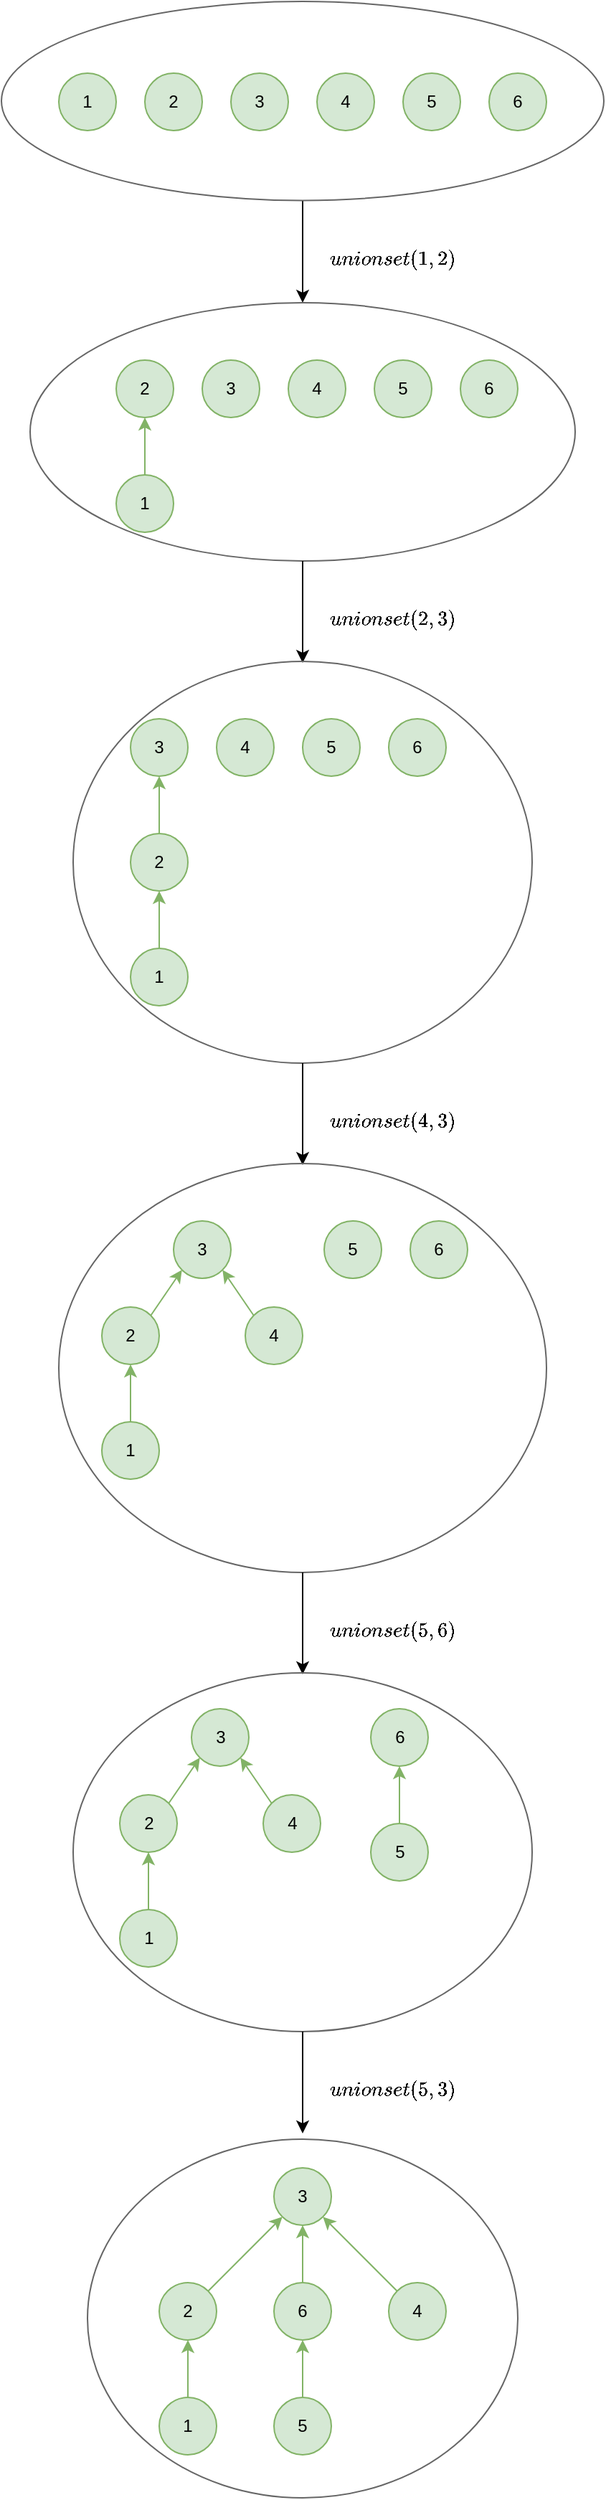
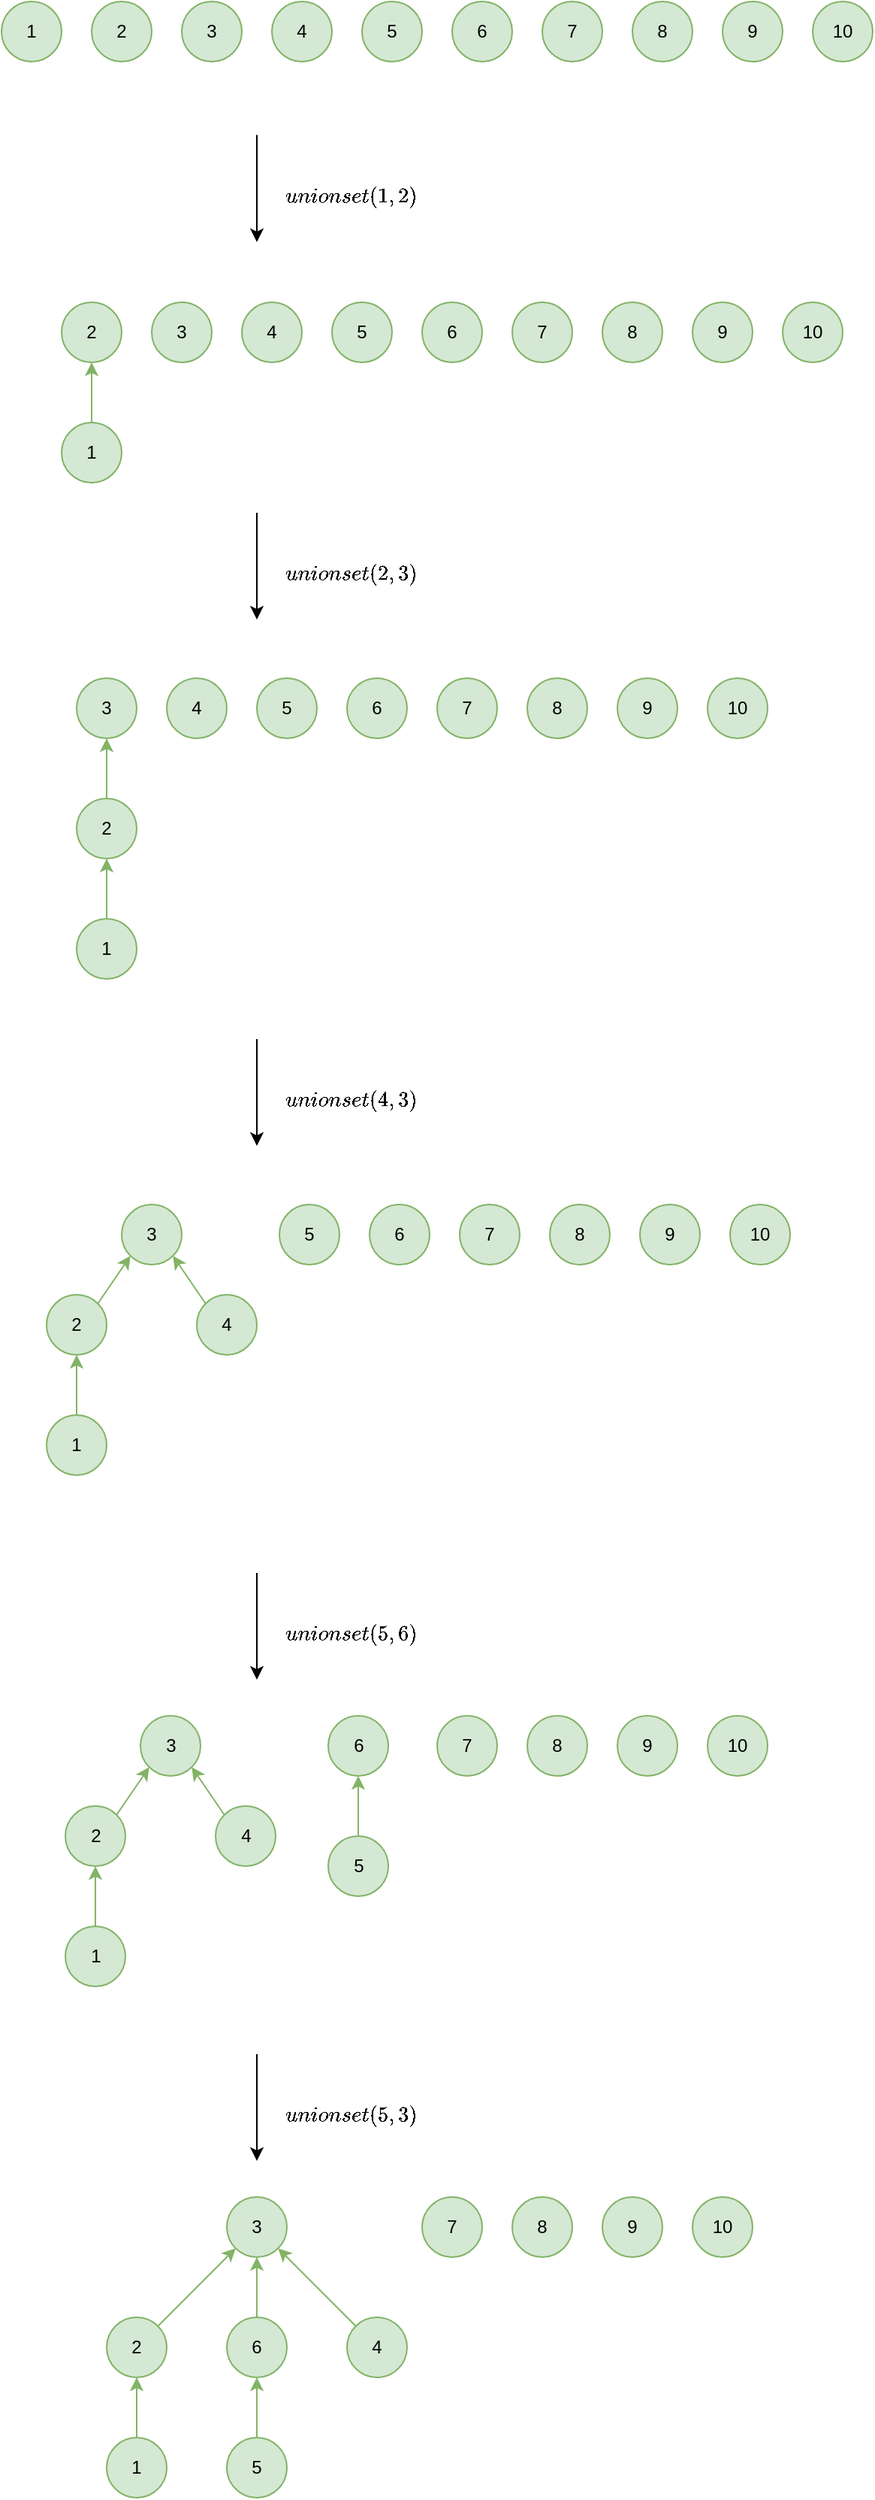
<mxfile host="app.diagrams.net">
  <diagram name="第 1 页" id="pyAG3oaZ-OhRTT_D4To3">
-     <mxGraphModel dx="1262" dy="773" grid="1" gridSize="5" guides="1" tooltips="1" connect="1" arrows="1" fold="1" page="1" pageScale="1" pageWidth="2339" pageHeight="3300" math="1" shadow="0">
+     <mxGraphModel dx="1343" dy="821" grid="1" gridSize="5" guides="1" tooltips="1" connect="1" arrows="1" fold="1" page="1" pageScale="1" pageWidth="2339" pageHeight="3300" math="1" shadow="0">
      <root>
        <mxCell id="0" />
        <mxCell id="1" parent="0" />
        <mxCell id="eDK1_TnN4QSbi-Kpsuqf-1" parent="1" style="ellipse;whiteSpace=wrap;html=1;aspect=fixed;fillColor=#d5e8d4;strokeColor=#82b366;" value="1" vertex="1">
          <mxGeometry height="40" width="40" x="280" y="180" as="geometry" />
        </mxCell>
        <mxCell id="eDK1_TnN4QSbi-Kpsuqf-2" parent="1" style="ellipse;whiteSpace=wrap;html=1;aspect=fixed;fillColor=#d5e8d4;strokeColor=#82b366;" value="2" vertex="1">
          <mxGeometry height="40" width="40" x="340" y="180" as="geometry" />
        </mxCell>
        <mxCell id="eDK1_TnN4QSbi-Kpsuqf-3" parent="1" style="ellipse;whiteSpace=wrap;html=1;aspect=fixed;fillColor=#d5e8d4;strokeColor=#82b366;" value="3" vertex="1">
          <mxGeometry height="40" width="40" x="400" y="180" as="geometry" />
        </mxCell>
        <mxCell id="eDK1_TnN4QSbi-Kpsuqf-4" parent="1" style="ellipse;whiteSpace=wrap;html=1;aspect=fixed;fillColor=#d5e8d4;strokeColor=#82b366;" value="4" vertex="1">
          <mxGeometry height="40" width="40" x="460" y="180" as="geometry" />
        </mxCell>
        <mxCell id="eDK1_TnN4QSbi-Kpsuqf-5" parent="1" style="ellipse;whiteSpace=wrap;html=1;aspect=fixed;fillColor=#d5e8d4;strokeColor=#82b366;" value="5" vertex="1">
          <mxGeometry height="40" width="40" x="520" y="180" as="geometry" />
        </mxCell>
        <mxCell id="eDK1_TnN4QSbi-Kpsuqf-6" parent="1" style="ellipse;whiteSpace=wrap;html=1;aspect=fixed;fillColor=#d5e8d4;strokeColor=#82b366;" value="6" vertex="1">
          <mxGeometry height="40" width="40" x="580" y="180" as="geometry" />
        </mxCell>
        <mxCell id="eDK1_TnN4QSbi-Kpsuqf-29" edge="1" parent="1" source="eDK1_TnN4QSbi-Kpsuqf-7" style="edgeStyle=none;rounded=0;orthogonalLoop=1;jettySize=auto;html=1;exitX=0.5;exitY=0;exitDx=0;exitDy=0;entryX=0.5;entryY=1;entryDx=0;entryDy=0;fillColor=#d5e8d4;strokeColor=#82b366;" target="eDK1_TnN4QSbi-Kpsuqf-8">
          <mxGeometry relative="1" as="geometry" />
        </mxCell>
        <mxCell id="eDK1_TnN4QSbi-Kpsuqf-7" parent="1" style="ellipse;whiteSpace=wrap;html=1;aspect=fixed;fillColor=#d5e8d4;strokeColor=#82b366;" value="1" vertex="1">
          <mxGeometry height="40" width="40" x="320" y="460" as="geometry" />
        </mxCell>
        <mxCell id="eDK1_TnN4QSbi-Kpsuqf-8" parent="1" style="ellipse;whiteSpace=wrap;html=1;aspect=fixed;fillColor=#d5e8d4;strokeColor=#82b366;" value="2" vertex="1">
          <mxGeometry height="40" width="40" x="320" y="380" as="geometry" />
        </mxCell>
        <mxCell id="eDK1_TnN4QSbi-Kpsuqf-9" parent="1" style="ellipse;whiteSpace=wrap;html=1;aspect=fixed;fillColor=#d5e8d4;strokeColor=#82b366;" value="3" vertex="1">
          <mxGeometry height="40" width="40" x="380" y="380" as="geometry" />
        </mxCell>
        <mxCell id="eDK1_TnN4QSbi-Kpsuqf-10" parent="1" style="ellipse;whiteSpace=wrap;html=1;aspect=fixed;fillColor=#d5e8d4;strokeColor=#82b366;" value="4" vertex="1">
          <mxGeometry height="40" width="40" x="440" y="380" as="geometry" />
        </mxCell>
        <mxCell id="eDK1_TnN4QSbi-Kpsuqf-11" parent="1" style="ellipse;whiteSpace=wrap;html=1;aspect=fixed;fillColor=#d5e8d4;strokeColor=#82b366;" value="5" vertex="1">
          <mxGeometry height="40" width="40" x="500" y="380" as="geometry" />
        </mxCell>
        <mxCell id="eDK1_TnN4QSbi-Kpsuqf-12" parent="1" style="ellipse;whiteSpace=wrap;html=1;aspect=fixed;fillColor=#d5e8d4;strokeColor=#82b366;" value="6" vertex="1">
          <mxGeometry height="40" width="40" x="560" y="380" as="geometry" />
        </mxCell>
        <mxCell id="eDK1_TnN4QSbi-Kpsuqf-32" edge="1" parent="1" source="eDK1_TnN4QSbi-Kpsuqf-15" style="edgeStyle=none;rounded=0;orthogonalLoop=1;jettySize=auto;html=1;exitX=0.5;exitY=0;exitDx=0;exitDy=0;entryX=0.5;entryY=1;entryDx=0;entryDy=0;fillColor=#d5e8d4;strokeColor=#82b366;" target="eDK1_TnN4QSbi-Kpsuqf-17">
          <mxGeometry relative="1" as="geometry" />
        </mxCell>
        <mxCell id="eDK1_TnN4QSbi-Kpsuqf-15" parent="1" style="ellipse;whiteSpace=wrap;html=1;aspect=fixed;fillColor=#d5e8d4;strokeColor=#82b366;" value="1" vertex="1">
          <mxGeometry height="40" width="40" x="330" y="790" as="geometry" />
        </mxCell>
        <mxCell id="eDK1_TnN4QSbi-Kpsuqf-33" edge="1" parent="1" source="eDK1_TnN4QSbi-Kpsuqf-17" style="edgeStyle=none;rounded=0;orthogonalLoop=1;jettySize=auto;html=1;exitX=0.5;exitY=0;exitDx=0;exitDy=0;entryX=0.5;entryY=1;entryDx=0;entryDy=0;fillColor=#d5e8d4;strokeColor=#82b366;" target="eDK1_TnN4QSbi-Kpsuqf-18">
          <mxGeometry relative="1" as="geometry" />
        </mxCell>
        <mxCell id="eDK1_TnN4QSbi-Kpsuqf-17" parent="1" style="ellipse;whiteSpace=wrap;html=1;aspect=fixed;fillColor=#d5e8d4;strokeColor=#82b366;" value="2" vertex="1">
          <mxGeometry height="40" width="40" x="330" y="710" as="geometry" />
        </mxCell>
        <mxCell id="eDK1_TnN4QSbi-Kpsuqf-18" parent="1" style="ellipse;whiteSpace=wrap;html=1;aspect=fixed;fillColor=#d5e8d4;strokeColor=#82b366;" value="3" vertex="1">
          <mxGeometry height="40" width="40" x="330" y="630" as="geometry" />
        </mxCell>
        <mxCell id="eDK1_TnN4QSbi-Kpsuqf-19" parent="1" style="ellipse;whiteSpace=wrap;html=1;aspect=fixed;fillColor=#d5e8d4;strokeColor=#82b366;" value="4" vertex="1">
          <mxGeometry height="40" width="40" x="390" y="630" as="geometry" />
        </mxCell>
        <mxCell id="eDK1_TnN4QSbi-Kpsuqf-20" parent="1" style="ellipse;whiteSpace=wrap;html=1;aspect=fixed;fillColor=#d5e8d4;strokeColor=#82b366;" value="5" vertex="1">
          <mxGeometry height="40" width="40" x="450" y="630" as="geometry" />
        </mxCell>
        <mxCell id="eDK1_TnN4QSbi-Kpsuqf-21" parent="1" style="ellipse;whiteSpace=wrap;html=1;aspect=fixed;fillColor=#d5e8d4;strokeColor=#82b366;" value="6" vertex="1">
          <mxGeometry height="40" width="40" x="510" y="630" as="geometry" />
        </mxCell>
-         <mxCell id="eDK1_TnN4QSbi-Kpsuqf-27" edge="1" parent="1" source="eDK1_TnN4QSbi-Kpsuqf-22" style="edgeStyle=orthogonalEdgeStyle;rounded=0;orthogonalLoop=1;jettySize=auto;html=1;exitX=0.5;exitY=1;exitDx=0;exitDy=0;entryX=0.5;entryY=0;entryDx=0;entryDy=0;" target="eDK1_TnN4QSbi-Kpsuqf-24">
-           <mxGeometry relative="1" as="geometry" />
-         </mxCell>
-         <mxCell id="eDK1_TnN4QSbi-Kpsuqf-22" parent="1" style="ellipse;whiteSpace=wrap;html=1;fillColor=none;strokeColor=#666666;fontColor=#333333;" value="" vertex="1">
-           <mxGeometry height="138.75" width="420" x="240" y="130" as="geometry" />
-         </mxCell>
-         <mxCell id="eDK1_TnN4QSbi-Kpsuqf-24" parent="1" style="ellipse;whiteSpace=wrap;html=1;fillColor=none;strokeColor=#666666;fontColor=#333333;" value="" vertex="1">
-           <mxGeometry height="180" width="380" x="260" y="340" as="geometry" />
+         <mxCell id="eDK1_TnN4QSbi-Kpsuqf-27" edge="1" parent="1" style="edgeStyle=orthogonalEdgeStyle;rounded=0;orthogonalLoop=1;jettySize=auto;html=1;exitX=0.5;exitY=1;exitDx=0;exitDy=0;entryX=0.5;entryY=0;entryDx=0;entryDy=0;">
+           <mxGeometry relative="1" as="geometry">
+             <mxPoint x="450" y="268.75" as="sourcePoint" />
+             <mxPoint x="450" y="340" as="targetPoint" />
+           </mxGeometry>
        </mxCell>
        <mxCell id="eDK1_TnN4QSbi-Kpsuqf-26" parent="1" style="text;html=1;whiteSpace=wrap;strokeColor=none;fillColor=none;align=center;verticalAlign=middle;rounded=0;" value="$$unionset(1,2)$$" vertex="1">
          <mxGeometry height="30" width="95" x="465" y="295" as="geometry" />
        </mxCell>
        <mxCell id="eDK1_TnN4QSbi-Kpsuqf-30" edge="1" parent="1" style="edgeStyle=orthogonalEdgeStyle;rounded=0;orthogonalLoop=1;jettySize=auto;html=1;exitX=0.5;exitY=1;exitDx=0;exitDy=0;entryX=0.5;entryY=0;entryDx=0;entryDy=0;">
          <mxGeometry relative="1" as="geometry">
            <mxPoint x="450" y="520" as="sourcePoint" />
            <mxPoint x="450" y="591" as="targetPoint" />
          </mxGeometry>
        </mxCell>
        <mxCell id="eDK1_TnN4QSbi-Kpsuqf-31" parent="1" style="text;html=1;whiteSpace=wrap;strokeColor=none;fillColor=none;align=center;verticalAlign=middle;rounded=0;" value="$$unionset(2,3)$$" vertex="1">
          <mxGeometry height="30" width="95" x="465" y="546" as="geometry" />
        </mxCell>
-         <mxCell id="eDK1_TnN4QSbi-Kpsuqf-34" parent="1" style="ellipse;whiteSpace=wrap;html=1;fillColor=none;strokeColor=#666666;fontColor=#333333;" value="" vertex="1">
-           <mxGeometry height="280" width="320" x="290" y="590" as="geometry" />
-         </mxCell>
        <mxCell id="eDK1_TnN4QSbi-Kpsuqf-35" edge="1" parent="1" source="eDK1_TnN4QSbi-Kpsuqf-36" style="edgeStyle=none;rounded=0;orthogonalLoop=1;jettySize=auto;html=1;exitX=0.5;exitY=0;exitDx=0;exitDy=0;entryX=0.5;entryY=1;entryDx=0;entryDy=0;fillColor=#d5e8d4;strokeColor=#82b366;" target="eDK1_TnN4QSbi-Kpsuqf-38">
          <mxGeometry relative="1" as="geometry" />
        </mxCell>
        <mxCell id="eDK1_TnN4QSbi-Kpsuqf-36" parent="1" style="ellipse;whiteSpace=wrap;html=1;aspect=fixed;fillColor=#d5e8d4;strokeColor=#82b366;" value="1" vertex="1">
          <mxGeometry height="40" width="40" x="310" y="1120" as="geometry" />
        </mxCell>
        <mxCell id="eDK1_TnN4QSbi-Kpsuqf-46" edge="1" parent="1" source="eDK1_TnN4QSbi-Kpsuqf-38" style="edgeStyle=none;rounded=0;orthogonalLoop=1;jettySize=auto;html=1;exitX=1;exitY=0;exitDx=0;exitDy=0;entryX=0;entryY=1;entryDx=0;entryDy=0;fillColor=#d5e8d4;strokeColor=#82b366;" target="eDK1_TnN4QSbi-Kpsuqf-39">
          <mxGeometry relative="1" as="geometry" />
        </mxCell>
        <mxCell id="eDK1_TnN4QSbi-Kpsuqf-38" parent="1" style="ellipse;whiteSpace=wrap;html=1;aspect=fixed;fillColor=#d5e8d4;strokeColor=#82b366;" value="2" vertex="1">
          <mxGeometry height="40" width="40" x="310" y="1040" as="geometry" />
        </mxCell>
        <mxCell id="eDK1_TnN4QSbi-Kpsuqf-39" parent="1" style="ellipse;whiteSpace=wrap;html=1;aspect=fixed;fillColor=#d5e8d4;strokeColor=#82b366;" value="3" vertex="1">
          <mxGeometry height="40" width="40" x="360" y="980" as="geometry" />
        </mxCell>
        <mxCell id="eDK1_TnN4QSbi-Kpsuqf-47" edge="1" parent="1" source="eDK1_TnN4QSbi-Kpsuqf-40" style="edgeStyle=none;rounded=0;orthogonalLoop=1;jettySize=auto;html=1;exitX=0;exitY=0;exitDx=0;exitDy=0;entryX=1;entryY=1;entryDx=0;entryDy=0;fillColor=#d5e8d4;strokeColor=#82b366;" target="eDK1_TnN4QSbi-Kpsuqf-39">
          <mxGeometry relative="1" as="geometry" />
        </mxCell>
        <mxCell id="eDK1_TnN4QSbi-Kpsuqf-40" parent="1" style="ellipse;whiteSpace=wrap;html=1;aspect=fixed;fillColor=#d5e8d4;strokeColor=#82b366;" value="4" vertex="1">
          <mxGeometry height="40" width="40" x="410" y="1040" as="geometry" />
        </mxCell>
        <mxCell id="eDK1_TnN4QSbi-Kpsuqf-41" parent="1" style="ellipse;whiteSpace=wrap;html=1;aspect=fixed;fillColor=#d5e8d4;strokeColor=#82b366;" value="5" vertex="1">
          <mxGeometry height="40" width="40" x="465" y="980" as="geometry" />
        </mxCell>
        <mxCell id="eDK1_TnN4QSbi-Kpsuqf-42" parent="1" style="ellipse;whiteSpace=wrap;html=1;aspect=fixed;fillColor=#d5e8d4;strokeColor=#82b366;" value="6" vertex="1">
          <mxGeometry height="40" width="40" x="525" y="980" as="geometry" />
        </mxCell>
        <mxCell id="eDK1_TnN4QSbi-Kpsuqf-44" edge="1" parent="1" style="edgeStyle=orthogonalEdgeStyle;rounded=0;orthogonalLoop=1;jettySize=auto;html=1;exitX=0.5;exitY=1;exitDx=0;exitDy=0;entryX=0.5;entryY=0;entryDx=0;entryDy=0;">
          <mxGeometry relative="1" as="geometry">
            <mxPoint x="450" y="870" as="sourcePoint" />
            <mxPoint x="450" y="941" as="targetPoint" />
          </mxGeometry>
        </mxCell>
        <mxCell id="eDK1_TnN4QSbi-Kpsuqf-45" parent="1" style="text;html=1;whiteSpace=wrap;strokeColor=none;fillColor=none;align=center;verticalAlign=middle;rounded=0;" value="$$unionset(4,3)$$" vertex="1">
          <mxGeometry height="30" width="95" x="465" y="896" as="geometry" />
        </mxCell>
-         <mxCell id="eDK1_TnN4QSbi-Kpsuqf-48" parent="1" style="ellipse;whiteSpace=wrap;html=1;fillColor=none;strokeColor=#666666;fontColor=#333333;" value="" vertex="1">
-           <mxGeometry height="285" width="340" x="280" y="940" as="geometry" />
-         </mxCell>
        <mxCell id="eDK1_TnN4QSbi-Kpsuqf-50" edge="1" parent="1" source="eDK1_TnN4QSbi-Kpsuqf-51" style="edgeStyle=none;rounded=0;orthogonalLoop=1;jettySize=auto;html=1;exitX=0.5;exitY=0;exitDx=0;exitDy=0;entryX=0.5;entryY=1;entryDx=0;entryDy=0;fillColor=#d5e8d4;strokeColor=#82b366;" target="eDK1_TnN4QSbi-Kpsuqf-53">
          <mxGeometry relative="1" as="geometry" />
        </mxCell>
        <mxCell id="eDK1_TnN4QSbi-Kpsuqf-51" parent="1" style="ellipse;whiteSpace=wrap;html=1;aspect=fixed;fillColor=#d5e8d4;strokeColor=#82b366;" value="1" vertex="1">
          <mxGeometry height="40" width="40" x="322.5" y="1460" as="geometry" />
        </mxCell>
        <mxCell id="eDK1_TnN4QSbi-Kpsuqf-52" edge="1" parent="1" source="eDK1_TnN4QSbi-Kpsuqf-53" style="edgeStyle=none;rounded=0;orthogonalLoop=1;jettySize=auto;html=1;exitX=1;exitY=0;exitDx=0;exitDy=0;entryX=0;entryY=1;entryDx=0;entryDy=0;fillColor=#d5e8d4;strokeColor=#82b366;" target="eDK1_TnN4QSbi-Kpsuqf-54">
          <mxGeometry relative="1" as="geometry" />
        </mxCell>
        <mxCell id="eDK1_TnN4QSbi-Kpsuqf-53" parent="1" style="ellipse;whiteSpace=wrap;html=1;aspect=fixed;fillColor=#d5e8d4;strokeColor=#82b366;" value="2" vertex="1">
          <mxGeometry height="40" width="40" x="322.5" y="1380" as="geometry" />
        </mxCell>
        <mxCell id="eDK1_TnN4QSbi-Kpsuqf-54" parent="1" style="ellipse;whiteSpace=wrap;html=1;aspect=fixed;fillColor=#d5e8d4;strokeColor=#82b366;" value="3" vertex="1">
          <mxGeometry height="40" width="40" x="372.5" y="1320" as="geometry" />
        </mxCell>
        <mxCell id="eDK1_TnN4QSbi-Kpsuqf-55" edge="1" parent="1" source="eDK1_TnN4QSbi-Kpsuqf-56" style="edgeStyle=none;rounded=0;orthogonalLoop=1;jettySize=auto;html=1;exitX=0;exitY=0;exitDx=0;exitDy=0;entryX=1;entryY=1;entryDx=0;entryDy=0;fillColor=#d5e8d4;strokeColor=#82b366;" target="eDK1_TnN4QSbi-Kpsuqf-54">
          <mxGeometry relative="1" as="geometry" />
        </mxCell>
        <mxCell id="eDK1_TnN4QSbi-Kpsuqf-56" parent="1" style="ellipse;whiteSpace=wrap;html=1;aspect=fixed;fillColor=#d5e8d4;strokeColor=#82b366;" value="4" vertex="1">
          <mxGeometry height="40" width="40" x="422.5" y="1380" as="geometry" />
        </mxCell>
        <mxCell id="eDK1_TnN4QSbi-Kpsuqf-61" edge="1" parent="1" source="eDK1_TnN4QSbi-Kpsuqf-57" style="edgeStyle=none;rounded=0;orthogonalLoop=1;jettySize=auto;html=1;exitX=0.5;exitY=0;exitDx=0;exitDy=0;entryX=0.5;entryY=1;entryDx=0;entryDy=0;fillColor=#d5e8d4;strokeColor=#82b366;" target="eDK1_TnN4QSbi-Kpsuqf-58">
          <mxGeometry relative="1" as="geometry" />
        </mxCell>
        <mxCell id="eDK1_TnN4QSbi-Kpsuqf-57" parent="1" style="ellipse;whiteSpace=wrap;html=1;aspect=fixed;fillColor=#d5e8d4;strokeColor=#82b366;" value="5" vertex="1">
          <mxGeometry height="40" width="40" x="497.5" y="1400" as="geometry" />
        </mxCell>
        <mxCell id="eDK1_TnN4QSbi-Kpsuqf-58" parent="1" style="ellipse;whiteSpace=wrap;html=1;aspect=fixed;fillColor=#d5e8d4;strokeColor=#82b366;" value="6" vertex="1">
          <mxGeometry height="40" width="40" x="497.5" y="1320" as="geometry" />
        </mxCell>
        <mxCell id="eDK1_TnN4QSbi-Kpsuqf-59" edge="1" parent="1" style="edgeStyle=orthogonalEdgeStyle;rounded=0;orthogonalLoop=1;jettySize=auto;html=1;exitX=0.5;exitY=1;exitDx=0;exitDy=0;entryX=0.5;entryY=0;entryDx=0;entryDy=0;">
          <mxGeometry relative="1" as="geometry">
            <mxPoint x="450" y="1225" as="sourcePoint" />
            <mxPoint x="450" y="1296" as="targetPoint" />
          </mxGeometry>
        </mxCell>
        <mxCell id="eDK1_TnN4QSbi-Kpsuqf-60" parent="1" style="text;html=1;whiteSpace=wrap;strokeColor=none;fillColor=none;align=center;verticalAlign=middle;rounded=0;" value="$$unionset(5,6)$$" vertex="1">
          <mxGeometry height="30" width="95" x="465" y="1251" as="geometry" />
        </mxCell>
-         <mxCell id="eDK1_TnN4QSbi-Kpsuqf-62" parent="1" style="ellipse;whiteSpace=wrap;html=1;fillColor=none;strokeColor=#666666;fontColor=#333333;" value="" vertex="1">
-           <mxGeometry height="250" width="320" x="290" y="1295" as="geometry" />
-         </mxCell>
        <mxCell id="eDK1_TnN4QSbi-Kpsuqf-63" edge="1" parent="1" source="eDK1_TnN4QSbi-Kpsuqf-64" style="edgeStyle=none;rounded=0;orthogonalLoop=1;jettySize=auto;html=1;exitX=0.5;exitY=0;exitDx=0;exitDy=0;entryX=0.5;entryY=1;entryDx=0;entryDy=0;fillColor=#d5e8d4;strokeColor=#82b366;" target="eDK1_TnN4QSbi-Kpsuqf-66">
          <mxGeometry relative="1" as="geometry" />
        </mxCell>
        <mxCell id="eDK1_TnN4QSbi-Kpsuqf-64" parent="1" style="ellipse;whiteSpace=wrap;html=1;aspect=fixed;fillColor=#d5e8d4;strokeColor=#82b366;" value="1" vertex="1">
          <mxGeometry height="40" width="40" x="350" y="1800" as="geometry" />
        </mxCell>
        <mxCell id="eDK1_TnN4QSbi-Kpsuqf-65" edge="1" parent="1" source="eDK1_TnN4QSbi-Kpsuqf-66" style="edgeStyle=none;rounded=0;orthogonalLoop=1;jettySize=auto;html=1;exitX=1;exitY=0;exitDx=0;exitDy=0;entryX=0;entryY=1;entryDx=0;entryDy=0;fillColor=#d5e8d4;strokeColor=#82b366;" target="eDK1_TnN4QSbi-Kpsuqf-67">
          <mxGeometry relative="1" as="geometry" />
        </mxCell>
        <mxCell id="eDK1_TnN4QSbi-Kpsuqf-66" parent="1" style="ellipse;whiteSpace=wrap;html=1;aspect=fixed;fillColor=#d5e8d4;strokeColor=#82b366;" value="2" vertex="1">
          <mxGeometry height="40" width="40" x="350" y="1720" as="geometry" />
        </mxCell>
        <mxCell id="eDK1_TnN4QSbi-Kpsuqf-67" parent="1" style="ellipse;whiteSpace=wrap;html=1;aspect=fixed;fillColor=#d5e8d4;strokeColor=#82b366;" value="3" vertex="1">
          <mxGeometry height="40" width="40" x="430" y="1640" as="geometry" />
        </mxCell>
        <mxCell id="eDK1_TnN4QSbi-Kpsuqf-68" edge="1" parent="1" source="eDK1_TnN4QSbi-Kpsuqf-69" style="edgeStyle=none;rounded=0;orthogonalLoop=1;jettySize=auto;html=1;exitX=0;exitY=0;exitDx=0;exitDy=0;entryX=1;entryY=1;entryDx=0;entryDy=0;fillColor=#d5e8d4;strokeColor=#82b366;" target="eDK1_TnN4QSbi-Kpsuqf-67">
          <mxGeometry relative="1" as="geometry" />
        </mxCell>
        <mxCell id="eDK1_TnN4QSbi-Kpsuqf-69" parent="1" style="ellipse;whiteSpace=wrap;html=1;aspect=fixed;fillColor=#d5e8d4;strokeColor=#82b366;" value="4" vertex="1">
          <mxGeometry height="40" width="40" x="510" y="1720" as="geometry" />
        </mxCell>
        <mxCell id="eDK1_TnN4QSbi-Kpsuqf-70" edge="1" parent="1" source="eDK1_TnN4QSbi-Kpsuqf-71" style="edgeStyle=none;rounded=0;orthogonalLoop=1;jettySize=auto;html=1;exitX=0.5;exitY=0;exitDx=0;exitDy=0;entryX=0.5;entryY=1;entryDx=0;entryDy=0;fillColor=#d5e8d4;strokeColor=#82b366;" target="eDK1_TnN4QSbi-Kpsuqf-72">
          <mxGeometry relative="1" as="geometry" />
        </mxCell>
        <mxCell id="eDK1_TnN4QSbi-Kpsuqf-71" parent="1" style="ellipse;whiteSpace=wrap;html=1;aspect=fixed;fillColor=#d5e8d4;strokeColor=#82b366;" value="5" vertex="1">
          <mxGeometry height="40" width="40" x="430" y="1800" as="geometry" />
        </mxCell>
        <mxCell id="eDK1_TnN4QSbi-Kpsuqf-75" edge="1" parent="1" source="eDK1_TnN4QSbi-Kpsuqf-72" style="edgeStyle=none;rounded=0;orthogonalLoop=1;jettySize=auto;html=1;exitX=0.5;exitY=0;exitDx=0;exitDy=0;entryX=0.5;entryY=1;entryDx=0;entryDy=0;fillColor=#d5e8d4;strokeColor=#82b366;" target="eDK1_TnN4QSbi-Kpsuqf-67">
          <mxGeometry relative="1" as="geometry" />
        </mxCell>
        <mxCell id="eDK1_TnN4QSbi-Kpsuqf-72" parent="1" style="ellipse;whiteSpace=wrap;html=1;aspect=fixed;fillColor=#d5e8d4;strokeColor=#82b366;" value="6" vertex="1">
          <mxGeometry height="40" width="40" x="430" y="1720" as="geometry" />
        </mxCell>
        <mxCell id="eDK1_TnN4QSbi-Kpsuqf-73" edge="1" parent="1" style="edgeStyle=orthogonalEdgeStyle;rounded=0;orthogonalLoop=1;jettySize=auto;html=1;exitX=0.5;exitY=1;exitDx=0;exitDy=0;entryX=0.5;entryY=0;entryDx=0;entryDy=0;">
          <mxGeometry relative="1" as="geometry">
            <mxPoint x="450" y="1545" as="sourcePoint" />
            <mxPoint x="450" y="1616" as="targetPoint" />
          </mxGeometry>
        </mxCell>
        <mxCell id="eDK1_TnN4QSbi-Kpsuqf-74" parent="1" style="text;html=1;whiteSpace=wrap;strokeColor=none;fillColor=none;align=center;verticalAlign=middle;rounded=0;" value="$$unionset(5,3)$$" vertex="1">
          <mxGeometry height="30" width="95" x="465" y="1571" as="geometry" />
        </mxCell>
-         <mxCell id="eDK1_TnN4QSbi-Kpsuqf-76" parent="1" style="ellipse;whiteSpace=wrap;html=1;fillColor=none;strokeColor=#666666;fontColor=#333333;" value="" vertex="1">
-           <mxGeometry height="250" width="300" x="300" y="1620" as="geometry" />
+         <mxCell id="k0GjE0c9BE4sDcH7YCaT-1" parent="1" style="ellipse;whiteSpace=wrap;html=1;aspect=fixed;fillColor=#d5e8d4;strokeColor=#82b366;" value="7" vertex="1">
+           <mxGeometry height="40" width="40" x="640" y="180" as="geometry" />
+         </mxCell>
+         <mxCell id="k0GjE0c9BE4sDcH7YCaT-2" parent="1" style="ellipse;whiteSpace=wrap;html=1;aspect=fixed;fillColor=#d5e8d4;strokeColor=#82b366;" value="8" vertex="1">
+           <mxGeometry height="40" width="40" x="700" y="180" as="geometry" />
+         </mxCell>
+         <mxCell id="k0GjE0c9BE4sDcH7YCaT-3" parent="1" style="ellipse;whiteSpace=wrap;html=1;aspect=fixed;fillColor=#d5e8d4;strokeColor=#82b366;" value="9" vertex="1">
+           <mxGeometry height="40" width="40" x="760" y="180" as="geometry" />
+         </mxCell>
+         <mxCell id="k0GjE0c9BE4sDcH7YCaT-4" parent="1" style="ellipse;whiteSpace=wrap;html=1;aspect=fixed;fillColor=#d5e8d4;strokeColor=#82b366;" value="10" vertex="1">
+           <mxGeometry height="40" width="40" x="820" y="180" as="geometry" />
+         </mxCell>
+         <mxCell id="k0GjE0c9BE4sDcH7YCaT-5" parent="1" style="ellipse;whiteSpace=wrap;html=1;aspect=fixed;fillColor=#d5e8d4;strokeColor=#82b366;" value="7" vertex="1">
+           <mxGeometry height="40" width="40" x="620" y="380" as="geometry" />
+         </mxCell>
+         <mxCell id="k0GjE0c9BE4sDcH7YCaT-6" parent="1" style="ellipse;whiteSpace=wrap;html=1;aspect=fixed;fillColor=#d5e8d4;strokeColor=#82b366;" value="8" vertex="1">
+           <mxGeometry height="40" width="40" x="680" y="380" as="geometry" />
+         </mxCell>
+         <mxCell id="k0GjE0c9BE4sDcH7YCaT-7" parent="1" style="ellipse;whiteSpace=wrap;html=1;aspect=fixed;fillColor=#d5e8d4;strokeColor=#82b366;" value="9" vertex="1">
+           <mxGeometry height="40" width="40" x="740" y="380" as="geometry" />
+         </mxCell>
+         <mxCell id="k0GjE0c9BE4sDcH7YCaT-8" parent="1" style="ellipse;whiteSpace=wrap;html=1;aspect=fixed;fillColor=#d5e8d4;strokeColor=#82b366;" value="10" vertex="1">
+           <mxGeometry height="40" width="40" x="800" y="380" as="geometry" />
+         </mxCell>
+         <mxCell id="k0GjE0c9BE4sDcH7YCaT-9" parent="1" style="ellipse;whiteSpace=wrap;html=1;aspect=fixed;fillColor=#d5e8d4;strokeColor=#82b366;" value="7" vertex="1">
+           <mxGeometry height="40" width="40" x="570" y="630" as="geometry" />
+         </mxCell>
+         <mxCell id="k0GjE0c9BE4sDcH7YCaT-10" parent="1" style="ellipse;whiteSpace=wrap;html=1;aspect=fixed;fillColor=#d5e8d4;strokeColor=#82b366;" value="8" vertex="1">
+           <mxGeometry height="40" width="40" x="630" y="630" as="geometry" />
+         </mxCell>
+         <mxCell id="k0GjE0c9BE4sDcH7YCaT-11" parent="1" style="ellipse;whiteSpace=wrap;html=1;aspect=fixed;fillColor=#d5e8d4;strokeColor=#82b366;" value="9" vertex="1">
+           <mxGeometry height="40" width="40" x="690" y="630" as="geometry" />
+         </mxCell>
+         <mxCell id="k0GjE0c9BE4sDcH7YCaT-12" parent="1" style="ellipse;whiteSpace=wrap;html=1;aspect=fixed;fillColor=#d5e8d4;strokeColor=#82b366;" value="10" vertex="1">
+           <mxGeometry height="40" width="40" x="750" y="630" as="geometry" />
+         </mxCell>
+         <mxCell id="k0GjE0c9BE4sDcH7YCaT-13" parent="1" style="ellipse;whiteSpace=wrap;html=1;aspect=fixed;fillColor=#d5e8d4;strokeColor=#82b366;" value="7" vertex="1">
+           <mxGeometry height="40" width="40" x="585" y="980" as="geometry" />
+         </mxCell>
+         <mxCell id="k0GjE0c9BE4sDcH7YCaT-14" parent="1" style="ellipse;whiteSpace=wrap;html=1;aspect=fixed;fillColor=#d5e8d4;strokeColor=#82b366;" value="8" vertex="1">
+           <mxGeometry height="40" width="40" x="645" y="980" as="geometry" />
+         </mxCell>
+         <mxCell id="k0GjE0c9BE4sDcH7YCaT-15" parent="1" style="ellipse;whiteSpace=wrap;html=1;aspect=fixed;fillColor=#d5e8d4;strokeColor=#82b366;" value="9" vertex="1">
+           <mxGeometry height="40" width="40" x="705" y="980" as="geometry" />
+         </mxCell>
+         <mxCell id="k0GjE0c9BE4sDcH7YCaT-16" parent="1" style="ellipse;whiteSpace=wrap;html=1;aspect=fixed;fillColor=#d5e8d4;strokeColor=#82b366;" value="10" vertex="1">
+           <mxGeometry height="40" width="40" x="765" y="980" as="geometry" />
+         </mxCell>
+         <mxCell id="k0GjE0c9BE4sDcH7YCaT-17" parent="1" style="ellipse;whiteSpace=wrap;html=1;aspect=fixed;fillColor=#d5e8d4;strokeColor=#82b366;" value="7" vertex="1">
+           <mxGeometry height="40" width="40" x="570" y="1320" as="geometry" />
+         </mxCell>
+         <mxCell id="k0GjE0c9BE4sDcH7YCaT-18" parent="1" style="ellipse;whiteSpace=wrap;html=1;aspect=fixed;fillColor=#d5e8d4;strokeColor=#82b366;" value="8" vertex="1">
+           <mxGeometry height="40" width="40" x="630" y="1320" as="geometry" />
+         </mxCell>
+         <mxCell id="k0GjE0c9BE4sDcH7YCaT-19" parent="1" style="ellipse;whiteSpace=wrap;html=1;aspect=fixed;fillColor=#d5e8d4;strokeColor=#82b366;" value="9" vertex="1">
+           <mxGeometry height="40" width="40" x="690" y="1320" as="geometry" />
+         </mxCell>
+         <mxCell id="k0GjE0c9BE4sDcH7YCaT-20" parent="1" style="ellipse;whiteSpace=wrap;html=1;aspect=fixed;fillColor=#d5e8d4;strokeColor=#82b366;" value="10" vertex="1">
+           <mxGeometry height="40" width="40" x="750" y="1320" as="geometry" />
+         </mxCell>
+         <mxCell id="k0GjE0c9BE4sDcH7YCaT-21" parent="1" style="ellipse;whiteSpace=wrap;html=1;aspect=fixed;fillColor=#d5e8d4;strokeColor=#82b366;" value="7" vertex="1">
+           <mxGeometry height="40" width="40" x="560" y="1640" as="geometry" />
+         </mxCell>
+         <mxCell id="k0GjE0c9BE4sDcH7YCaT-22" parent="1" style="ellipse;whiteSpace=wrap;html=1;aspect=fixed;fillColor=#d5e8d4;strokeColor=#82b366;" value="8" vertex="1">
+           <mxGeometry height="40" width="40" x="620" y="1640" as="geometry" />
+         </mxCell>
+         <mxCell id="k0GjE0c9BE4sDcH7YCaT-23" parent="1" style="ellipse;whiteSpace=wrap;html=1;aspect=fixed;fillColor=#d5e8d4;strokeColor=#82b366;" value="9" vertex="1">
+           <mxGeometry height="40" width="40" x="680" y="1640" as="geometry" />
+         </mxCell>
+         <mxCell id="k0GjE0c9BE4sDcH7YCaT-24" parent="1" style="ellipse;whiteSpace=wrap;html=1;aspect=fixed;fillColor=#d5e8d4;strokeColor=#82b366;" value="10" vertex="1">
+           <mxGeometry height="40" width="40" x="740" y="1640" as="geometry" />
        </mxCell>
      </root>
    </mxGraphModel>
  </diagram>
</mxfile>
